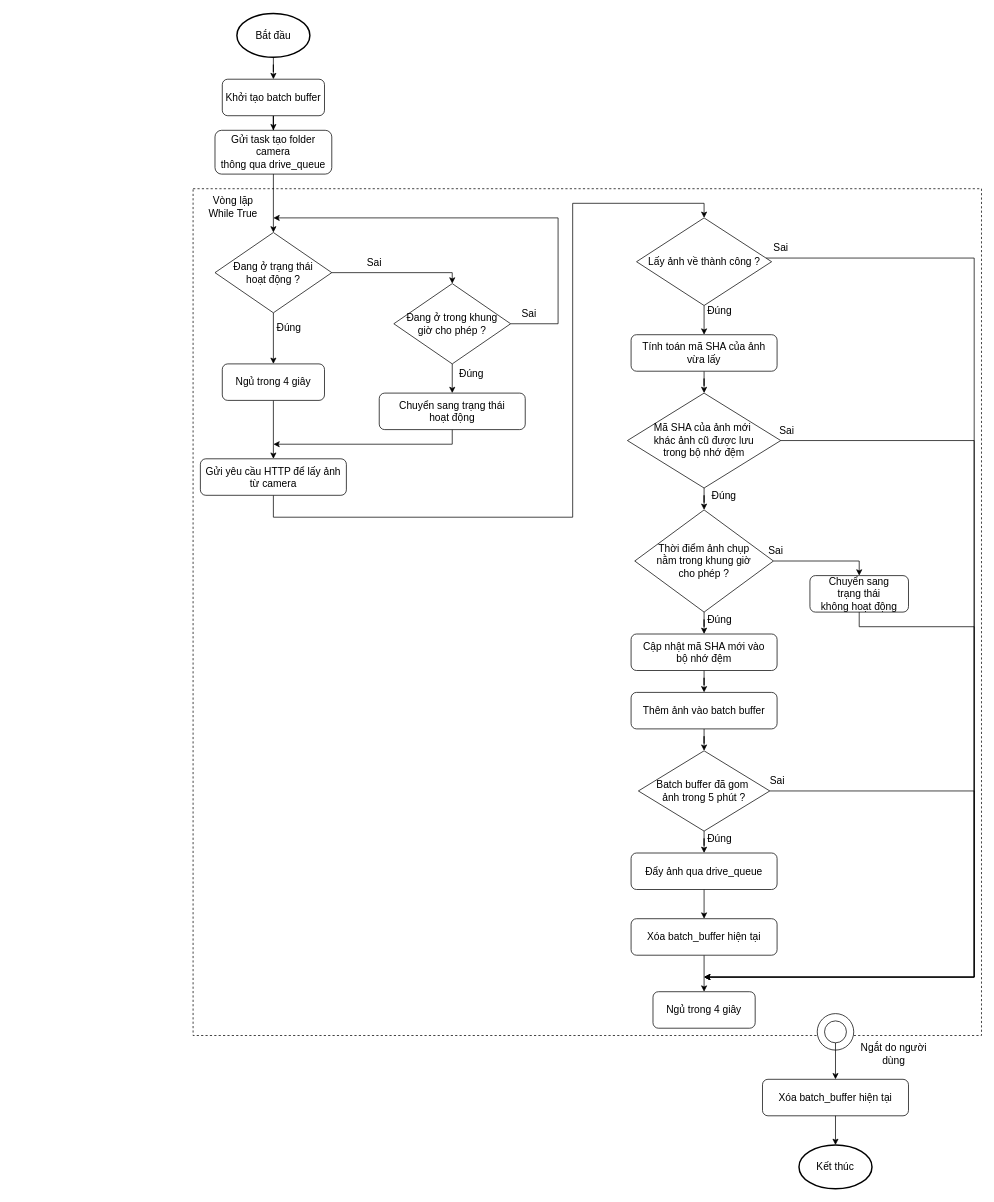
Above: fig/drawio/camera_threading.drawio in Denzaro/DATN_Thesis (draw.io), before the change. Source tidied: cells renumbered, new cells numbered last; positions are measured from the earlier drawing's top-left corner, leaving out a move shared by most shapes. Both pictures are drawn from the tidied source at 73%, with x=0, y=0 at pixel (193, 13).
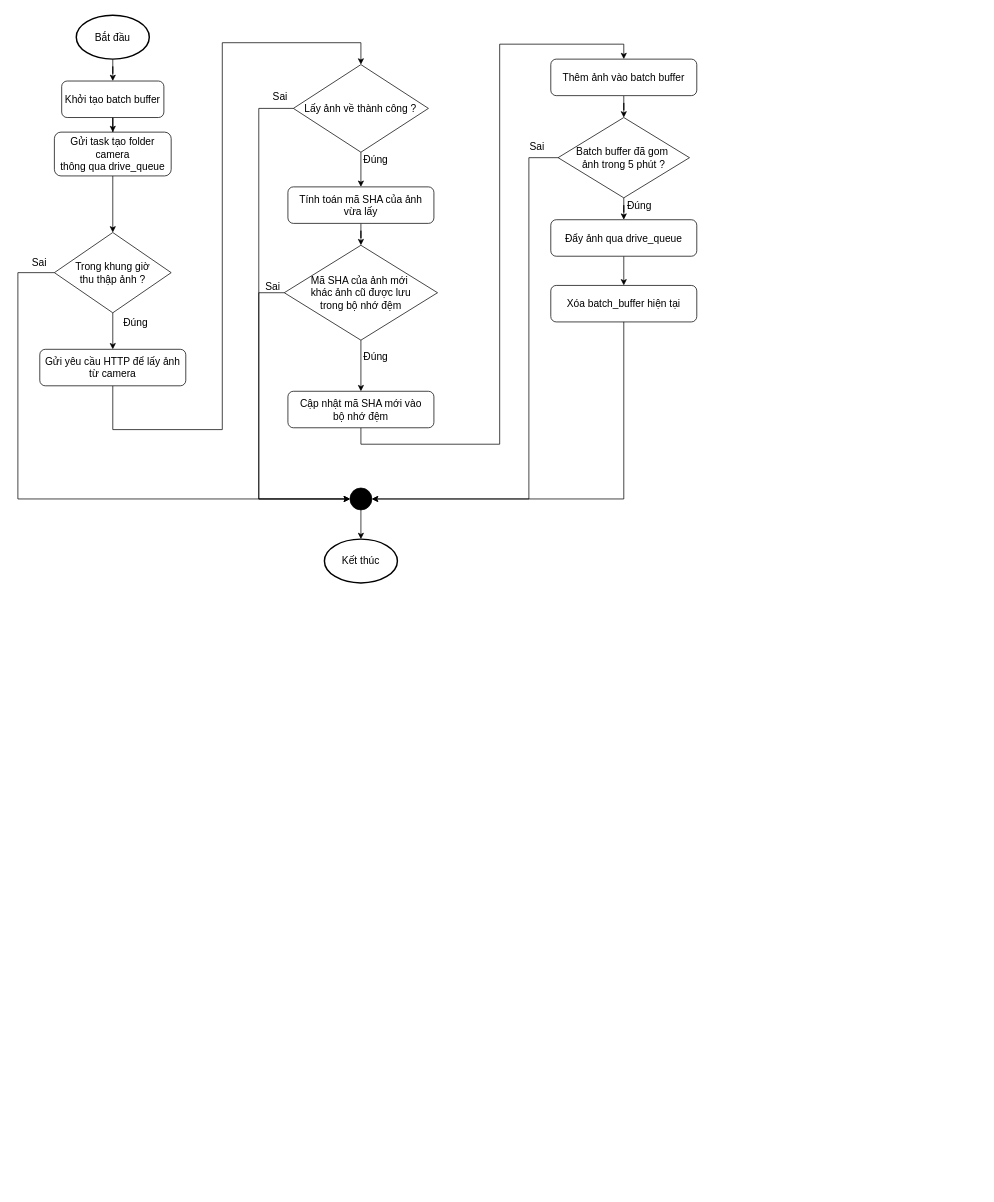
The same page after the edit.

Diff of the diagram source:
```diff
@@
-    <mxCell id="2" style="rounded=0;whiteSpace=wrap;html=1;dashed=1;" parent="1" vertex="1">
-      <mxGeometry y="240" width="1080" height="1160" as="geometry" />
-    </mxCell>
@@
     <mxCell id="4" value="Bắt đầu" style="strokeWidth=2;html=1;shape=mxgraph.flowchart.start_1;whiteSpace=wrap;fontSize=14;" parent="1" vertex="1">
-      <mxGeometry x="60" width="100" height="60" as="geometry" />
+      <mxGeometry x="-160" y="2.5" width="100" height="60" as="geometry" />
     </mxCell>
-    <mxCell id="5" style="edgeStyle=orthogonalEdgeStyle;rounded=0;jettySize=auto;html=1;entryX=0.5;entryY=0;entryDx=0;entryDy=0;spacingTop=0;" parent="1" edge="1" source="9" target="27">
-      <mxGeometry relative="1" as="geometry">
-        <Array as="points">
-          <mxPoint x="355" y="355" />
-        </Array>
-      </mxGeometry>
-    </mxCell>
-    <mxCell id="6" value="Sai" style="edgeLabel;html=1;align=center;verticalAlign=middle;fontSize=14;" parent="5" vertex="1">
-      <mxGeometry x="-0.21" y="3" relative="1" as="geometry">
-        <mxPoint x="-14" y="-12" as="offset" />
-      </mxGeometry>
-    </mxCell>
-    <mxCell id="7" style="edgeStyle=orthogonalEdgeStyle;rounded=0;jettySize=auto;html=1;" parent="1" edge="1" source="9" target="17">
-      <mxGeometry relative="1" as="geometry" />
-    </mxCell>
-    <mxCell id="8" value="Đúng" style="edgeLabel;html=1;align=center;verticalAlign=middle;fontSize=14;" parent="7" vertex="1">
-      <mxGeometry x="-0.28" y="2" relative="1" as="geometry">
-        <mxPoint x="18" y="-5" as="offset" />
-      </mxGeometry>
-    </mxCell>
-    <mxCell id="9" value="Đang ở trạng thái &lt;br&gt;hoạt động ?" style="rhombus;whiteSpace=wrap;html=1;fontSize=14;" parent="1" vertex="1">
-      <mxGeometry x="30" y="300" width="160" height="110" as="geometry" />
-    </mxCell>
-    <mxCell id="10" style="edgeStyle=orthogonalEdgeStyle;rounded=0;jettySize=auto;html=1;" parent="1" edge="1" source="11">
-      <mxGeometry relative="1" as="geometry">
-        <mxPoint x="110" y="590" as="targetPoint" />
-        <Array as="points">
-          <mxPoint x="355" y="590" />
-        </Array>
-      </mxGeometry>
-    </mxCell>
-    <mxCell id="11" value="Chuyển sang trạng thái &lt;br&gt;hoạt động" style="rounded=1;whiteSpace=wrap;html=1;fontSize=14;" parent="1" vertex="1">
-      <mxGeometry x="255" y="520" width="200" height="50" as="geometry" />
-    </mxCell>
-    <mxCell id="12" style="edgeStyle=orthogonalEdgeStyle;rounded=0;jettySize=auto;html=1;entryX=0.5;entryY=0;entryDx=0;entryDy=0;exitX=0.5;exitY=1;exitDx=0;exitDy=0;" parent="1" edge="1" source="27" target="11">
-      <mxGeometry relative="1" as="geometry" />
-    </mxCell>
-    <mxCell id="13" value="Đúng" style="edgeLabel;html=1;align=center;verticalAlign=middle;fontSize=14;" parent="12" vertex="1">
-      <mxGeometry x="-0.29" y="-1" relative="1" as="geometry">
-        <mxPoint x="26" y="-1" as="offset" />
-      </mxGeometry>
-    </mxCell>
-    <mxCell id="14" style="edgeStyle=orthogonalEdgeStyle;rounded=0;jettySize=auto;html=1;exitX=1;exitY=0.5;exitDx=0;exitDy=0;" parent="1" edge="1" source="27">
-      <mxGeometry relative="1" as="geometry">
-        <mxPoint x="110" y="280" as="targetPoint" />
-        <Array as="points">
-          <mxPoint x="500" y="425" />
-          <mxPoint x="500" y="280" />
-        </Array>
-      </mxGeometry>
-    </mxCell>
-    <mxCell id="15" value="Sai" style="edgeLabel;html=1;align=center;verticalAlign=middle;fontSize=14;" parent="14" vertex="1">
-      <mxGeometry x="-0.88" y="1" relative="1" as="geometry">
-        <mxPoint x="-12" y="-14" as="offset" />
-      </mxGeometry>
-    </mxCell>
-    <mxCell id="16" style="edgeStyle=orthogonalEdgeStyle;rounded=0;jettySize=auto;html=1;entryX=0.5;entryY=0;entryDx=0;entryDy=0;" parent="1" edge="1" source="17" target="19">
-      <mxGeometry relative="1" as="geometry" />
-    </mxCell>
-    <mxCell id="17" value="Ngủ trong 4 giây" style="rounded=1;whiteSpace=wrap;html=1;fontSize=14;" parent="1" vertex="1">
-      <mxGeometry x="40" y="480" width="140" height="50" as="geometry" />
-    </mxCell>
     <mxCell id="18" style="edgeStyle=orthogonalEdgeStyle;rounded=0;jettySize=auto;html=1;entryX=0.5;entryY=0;entryDx=0;entryDy=0;" parent="1" edge="1" source="19" target="57">
       <mxGeometry relative="1" as="geometry">
         <Array as="points">
-          <mxPoint x="110" y="690" />
-          <mxPoint x="520" y="690" />
-          <mxPoint x="520" y="260" />
-          <mxPoint x="700" y="260" />
+          <mxPoint x="-110" y="570" />
+          <mxPoint x="40" y="570" />
+          <mxPoint x="40" y="40" />
+          <mxPoint x="230" y="40" />
         </Array>
       </mxGeometry>
     </mxCell>
     <mxCell id="19" value="Gửi yêu cầu HTTP để lấy ảnh từ camera" style="rounded=1;whiteSpace=wrap;html=1;fontSize=14;" parent="1" vertex="1">
-      <mxGeometry x="10" y="610" width="200" height="50" as="geometry" />
+      <mxGeometry x="-210" y="460" width="200" height="50" as="geometry" />
     </mxCell>
@@
     <mxCell id="21" value="Tính toán mã SHA của ảnh &lt;br&gt;vừa lấy" style="rounded=1;whiteSpace=wrap;html=1;fontSize=14;" parent="1" vertex="1">
-      <mxGeometry x="600" y="440" width="200" height="50" as="geometry" />
+      <mxGeometry x="129.9" y="237.5" width="200" height="50" as="geometry" />
     </mxCell>
-    <mxCell id="22" style="edgeStyle=orthogonalEdgeStyle;rounded=0;jettySize=auto;html=1;entryX=0.5;entryY=0;entryDx=0;entryDy=0;" parent="1" edge="1" source="26" target="32">
+    <mxCell id="22" style="edgeStyle=orthogonalEdgeStyle;rounded=0;jettySize=auto;html=1;entryX=0.5;entryY=0;entryDx=0;entryDy=0;" parent="1" edge="1" source="26" target="36">
       <mxGeometry relative="1" as="geometry" />
     </mxCell>
@@
-    <mxCell id="24" style="edgeStyle=orthogonalEdgeStyle;rounded=0;jettySize=auto;html=1;" parent="1" edge="1" source="26">
-      <mxGeometry relative="1" as="geometry">
-        <mxPoint x="700" y="1320" as="targetPoint" />
-        <Array as="points">
-          <mxPoint x="1070" y="585" />
-          <mxPoint x="1070" y="1320" />
-        </Array>
-      </mxGeometry>
-    </mxCell>
-    <mxCell id="25" value="Sai" style="edgeLabel;html=1;align=center;verticalAlign=middle;fontSize=14;" parent="24" vertex="1">
-      <mxGeometry x="-0.93" y="1" relative="1" as="geometry">
-        <mxPoint x="-41" y="-14" as="offset" />
-      </mxGeometry>
-    </mxCell>
     <mxCell id="26" value="Mã SHA của ảnh mới&amp;nbsp;&lt;div&gt;khác ảnh cũ được lưu&lt;br&gt;trong bộ nhớ đệm&lt;/div&gt;" style="rhombus;whiteSpace=wrap;html=1;fontSize=14;" parent="1" vertex="1">
-      <mxGeometry x="595" y="520" width="210" height="130" as="geometry" />
+      <mxGeometry x="124.9" y="317.5" width="210" height="130" as="geometry" />
     </mxCell>
+    <mxCell id="66" style="edgeStyle=orthogonalEdgeStyle;rounded=0;jettySize=auto;html=1;entryX=0.5;entryY=0;entryDx=0;entryDy=0;" parent="1" edge="1" source="27" target="19">
+      <mxGeometry relative="1" as="geometry" />
+    </mxCell>
-    <mxCell id="27" value="Đang ở trong khung&lt;br&gt;giờ cho phép ?" style="rhombus;whiteSpace=wrap;html=1;fontSize=14;" parent="1" vertex="1">
-      <mxGeometry x="275" y="370" width="160" height="110" as="geometry" />
+    <mxCell id="27" value="Trong khung giờ &lt;br&gt;thu thập ảnh ?" style="rhombus;whiteSpace=wrap;html=1;fontSize=14;" parent="1" vertex="1">
+      <mxGeometry x="-190" y="300" width="160" height="110" as="geometry" />
     </mxCell>
-    <mxCell id="28" style="edgeStyle=orthogonalEdgeStyle;rounded=0;jettySize=auto;html=1;entryX=0.5;entryY=0;entryDx=0;entryDy=0;" parent="1" edge="1" source="32" target="34">
-      <mxGeometry relative="1" as="geometry" />
-    </mxCell>
-    <mxCell id="29" value="Sai" style="edgeLabel;html=1;align=center;verticalAlign=middle;fontSize=14;" parent="28" vertex="1">
-      <mxGeometry x="-0.18" y="-2" relative="1" as="geometry">
-        <mxPoint x="-54" y="-17" as="offset" />
-      </mxGeometry>
-    </mxCell>
-    <mxCell id="30" style="edgeStyle=orthogonalEdgeStyle;rounded=0;jettySize=auto;html=1;entryX=0.5;entryY=0;entryDx=0;entryDy=0;" parent="1" edge="1" source="32" target="36">
-      <mxGeometry relative="1" as="geometry" />
-    </mxCell>
-    <mxCell id="31" value="Đúng" style="edgeLabel;html=1;align=center;verticalAlign=middle;fontSize=14;" parent="30" vertex="1">
-      <mxGeometry x="-0.29" y="-1" relative="1" as="geometry">
-        <mxPoint x="21" y="-9" as="offset" />
-      </mxGeometry>
-    </mxCell>
-    <mxCell id="32" value="Thời điểm ảnh chụp&lt;br&gt;nằm trong khung giờ&lt;br&gt;cho phép ?" style="rhombus;whiteSpace=wrap;html=1;fontSize=14;" parent="1" vertex="1">
-      <mxGeometry x="605" y="680" width="190" height="140" as="geometry" />
-    </mxCell>
-    <mxCell id="33" style="edgeStyle=orthogonalEdgeStyle;rounded=0;jettySize=auto;html=1;" parent="1" edge="1" source="34">
-      <mxGeometry relative="1" as="geometry">
-        <mxPoint x="700" y="1320" as="targetPoint" />
-        <Array as="points">
-          <mxPoint x="912" y="840" />
-          <mxPoint x="1070" y="840" />
-          <mxPoint x="1070" y="1320" />
-        </Array>
-      </mxGeometry>
-    </mxCell>
-    <mxCell id="34" value="Chuyển sang &lt;br&gt;trạng thái &lt;br&gt;không hoạt động" style="rounded=1;whiteSpace=wrap;html=1;fontSize=14;" parent="1" vertex="1">
-      <mxGeometry x="845" y="770" width="135" height="50" as="geometry" />
-    </mxCell>
     <mxCell id="35" style="edgeStyle=orthogonalEdgeStyle;rounded=0;jettySize=auto;html=1;entryX=0.5;entryY=0;entryDx=0;entryDy=0;" parent="1" edge="1" source="36" target="38">
-      <mxGeometry relative="1" as="geometry" />
+      <mxGeometry relative="1" as="geometry">
+        <Array as="points">
+          <mxPoint x="230" y="590" />
+          <mxPoint x="420" y="590" />
+          <mxPoint x="420" y="42" />
+          <mxPoint x="590" y="42" />
+        </Array>
+      </mxGeometry>
     </mxCell>
     <mxCell id="36" value="Cập nhật mã SHA mới vào &lt;br&gt;bộ nhớ đệm" style="rounded=1;whiteSpace=wrap;html=1;fontSize=14;" parent="1" vertex="1">
-      <mxGeometry x="600" y="850" width="200" height="50" as="geometry" />
+      <mxGeometry x="129.9" y="517.5" width="200" height="50" as="geometry" />
     </mxCell>
@@
     <mxCell id="38" value="Thêm ảnh vào batch buffer" style="rounded=1;whiteSpace=wrap;html=1;fontSize=14;" parent="1" vertex="1">
-      <mxGeometry x="600" y="930" width="200" height="50" as="geometry" />
+      <mxGeometry x="490" y="62.5" width="200" height="50" as="geometry" />
     </mxCell>
@@
     <mxCell id="40" value="Khởi tạo batch buffer" style="rounded=1;whiteSpace=wrap;html=1;fontSize=14;" parent="1" vertex="1">
-      <mxGeometry x="40" y="90" width="140" height="50" as="geometry" />
+      <mxGeometry x="-180" y="92.5" width="140" height="50" as="geometry" />
     </mxCell>
-    <mxCell id="41" style="edgeStyle=orthogonalEdgeStyle;rounded=0;jettySize=auto;html=1;" parent="1" edge="1" source="42" target="43">
-      <mxGeometry relative="1" as="geometry" />
-    </mxCell>
     <mxCell id="42" value="Xóa batch_buffer hiện tại" style="rounded=1;whiteSpace=wrap;html=1;fontSize=14;" parent="1" vertex="1">
-      <mxGeometry x="600" y="1240" width="200" height="50" as="geometry" />
+      <mxGeometry x="490" y="372.5" width="200" height="50" as="geometry" />
     </mxCell>
-    <mxCell id="43" value="Ngủ trong 4 giây" style="rounded=1;whiteSpace=wrap;html=1;fontSize=14;" parent="1" vertex="1">
-      <mxGeometry x="630" y="1340" width="140" height="50" as="geometry" />
-    </mxCell>
-    <mxCell id="44" style="verticalLabelPosition=bottom;verticalAlign=top;html=1;shape=mxgraph.flowchart.on-page_reference;" parent="1" vertex="1">
-      <mxGeometry x="855" y="1370" width="50" height="50" as="geometry" />
-    </mxCell>
-    <mxCell id="45" style="edgeStyle=orthogonalEdgeStyle;rounded=0;jettySize=auto;html=1;entryX=0.5;entryY=0;entryDx=0;entryDy=0;" parent="1" edge="1" source="46" target="48">
-      <mxGeometry relative="1" as="geometry" />
-    </mxCell>
-    <mxCell id="46" style="verticalLabelPosition=bottom;verticalAlign=top;html=1;shape=mxgraph.flowchart.on-page_reference;" parent="1" vertex="1">
-      <mxGeometry x="865" y="1380" width="30" height="30" as="geometry" />
-    </mxCell>
-    <mxCell id="47" value="Ngắt do người dùng" style="text;html=1;whiteSpace=wrap;strokeColor=none;fillColor=none;align=center;verticalAlign=middle;rounded=0;fontSize=14;" parent="1" vertex="1">
-      <mxGeometry x="905" y="1410" width="110" height="30" as="geometry" />
-    </mxCell>
-    <mxCell id="48" value="Xóa batch_buffer hiện tại" style="rounded=1;whiteSpace=wrap;html=1;fontSize=14;" parent="1" vertex="1">
-      <mxGeometry x="780" y="1460" width="200" height="50" as="geometry" />
-    </mxCell>
-    <mxCell id="49" value="Kết thúc" style="strokeWidth=2;html=1;shape=mxgraph.flowchart.start_1;whiteSpace=wrap;fontSize=14;" parent="1" vertex="1">
-      <mxGeometry x="830" y="1550" width="100" height="60" as="geometry" />
-    </mxCell>
-    <mxCell id="50" style="edgeStyle=orthogonalEdgeStyle;rounded=0;jettySize=auto;html=1;entryX=0.5;entryY=0;entryDx=0;entryDy=0;entryPerimeter=0;" parent="1" edge="1" source="48" target="49">
-      <mxGeometry relative="1" as="geometry" />
-    </mxCell>
-    <mxCell id="51" style="edgeStyle=orthogonalEdgeStyle;rounded=0;jettySize=auto;html=1;entryX=0.5;entryY=0;entryDx=0;entryDy=0;" parent="1" edge="1" source="52" target="9">
-      <mxGeometry relative="1" as="geometry" />
-    </mxCell>
+    <mxCell id="67" style="edgeStyle=orthogonalEdgeStyle;rounded=0;jettySize=auto;html=1;entryX=0.5;entryY=0;entryDx=0;entryDy=0;" parent="1" edge="1" source="52" target="27">
+      <mxGeometry relative="1" as="geometry" />
+    </mxCell>
     <mxCell id="52" value="Gửi task tạo folder camera&lt;br&gt;thông qua drive_queue" style="rounded=1;whiteSpace=wrap;html=1;fontSize=14;" parent="1" vertex="1">
-      <mxGeometry x="30" y="160" width="160" height="60" as="geometry" />
+      <mxGeometry x="-190" y="162.5" width="160" height="60" as="geometry" />
     </mxCell>
@@
-    <mxCell id="55" style="edgeStyle=orthogonalEdgeStyle;rounded=0;jettySize=auto;html=1;" parent="1" edge="1" source="57">
-      <mxGeometry relative="1" as="geometry">
-        <mxPoint x="700" y="1320" as="targetPoint" />
-        <Array as="points">
-          <mxPoint x="1070" y="335" />
-          <mxPoint x="1070" y="1320" />
-        </Array>
-      </mxGeometry>
-    </mxCell>
-    <mxCell id="56" value="Sai" style="edgeLabel;html=1;align=center;verticalAlign=middle;fontSize=14;" parent="55" vertex="1">
-      <mxGeometry x="-0.94" y="1" relative="1" as="geometry">
-        <mxPoint x="-29" y="-14" as="offset" />
-      </mxGeometry>
-    </mxCell>
     <mxCell id="57" value="Lấy ảnh về thành công ?" style="rhombus;whiteSpace=wrap;html=1;fontSize=14;" parent="1" vertex="1">
-      <mxGeometry x="607.5" y="280" width="185" height="120" as="geometry" />
+      <mxGeometry x="137.4" y="70" width="185" height="120" as="geometry" />
     </mxCell>
@@
-    <mxCell id="60" style="edgeStyle=orthogonalEdgeStyle;rounded=0;jettySize=auto;html=1;exitX=1;exitY=0.5;exitDx=0;exitDy=0;" parent="1" edge="1" source="62">
-      <mxGeometry relative="1" as="geometry">
-        <mxPoint x="700" y="1320" as="targetPoint" />
-        <Array as="points">
-          <mxPoint x="1070" y="1065" />
-          <mxPoint x="1070" y="1320" />
-        </Array>
-      </mxGeometry>
-    </mxCell>
-    <mxCell id="61" value="Sai" style="edgeLabel;html=1;align=center;verticalAlign=middle;fontSize=14;" parent="60" vertex="1">
-      <mxGeometry x="-0.89" y="1" relative="1" as="geometry">
-        <mxPoint x="-41" y="-14" as="offset" />
-      </mxGeometry>
-    </mxCell>
     <mxCell id="62" value="Batch buffer đã gom&amp;nbsp;&lt;br&gt;ảnh trong 5 phút ?" style="rhombus;whiteSpace=wrap;html=1;fontSize=14;" parent="1" vertex="1">
-      <mxGeometry x="610" y="1010" width="180" height="110" as="geometry" />
+      <mxGeometry x="500" y="142.5" width="180" height="110" as="geometry" />
     </mxCell>
@@
     <mxCell id="64" value="Đẩy ảnh qua drive_queue" style="rounded=1;whiteSpace=wrap;html=1;fontSize=14;" parent="1" vertex="1">
-      <mxGeometry x="600" y="1150" width="200" height="50" as="geometry" />
+      <mxGeometry x="490" y="282.5" width="200" height="50" as="geometry" />
     </mxCell>
-    <mxCell id="65" value="&lt;font&gt;Vòng lặp While True&lt;/font&gt;" style="text;html=1;whiteSpace=wrap;strokeColor=none;fillColor=none;align=center;verticalAlign=middle;rounded=0;fontSize=14;" parent="1" vertex="1">
-      <mxGeometry x="10" y="250" width="90" height="30" as="geometry" />
-    </mxCell>
+    <mxCell id="68" value="Đúng" style="edgeLabel;html=1;align=center;verticalAlign=middle;fontSize=14;" parent="1" vertex="1">
+      <mxGeometry x="-80" y="422.5" as="geometry" />
+    </mxCell>
+    <mxCell id="69" value="Sai" style="edgeLabel;html=1;align=center;verticalAlign=middle;fontSize=14;" parent="1" vertex="1">
+      <mxGeometry x="110" y="372.5" as="geometry">
+        <mxPoint x="-2" y="1" as="offset" />
+      </mxGeometry>
+    </mxCell>
+    <mxCell id="70" value="Sai" style="edgeLabel;html=1;align=center;verticalAlign=middle;fontSize=14;" parent="1" vertex="1">
+      <mxGeometry x="120" y="112.5" as="geometry">
+        <mxPoint x="-2" y="1" as="offset" />
+      </mxGeometry>
+    </mxCell>
+    <mxCell id="71" value="Sai" style="edgeLabel;html=1;align=center;verticalAlign=middle;fontSize=14;" parent="1" vertex="1">
+      <mxGeometry x="472" y="180" as="geometry">
+        <mxPoint x="-2" y="1" as="offset" />
+      </mxGeometry>
+    </mxCell>
+    <mxCell id="72" value="Sai" style="edgeLabel;html=1;align=center;verticalAlign=middle;fontSize=14;" parent="1" vertex="1">
+      <mxGeometry x="-210" y="340" as="geometry">
+        <mxPoint x="-2" y="1" as="offset" />
+      </mxGeometry>
+    </mxCell>
+    <mxCell id="49" value="Kết thúc" style="strokeWidth=2;html=1;shape=mxgraph.flowchart.start_1;whiteSpace=wrap;fontSize=14;" parent="1" vertex="1">
+      <mxGeometry x="179.9" y="720" width="100" height="60" as="geometry" />
+    </mxCell>
+    <mxCell id="73" style="verticalLabelPosition=bottom;verticalAlign=top;html=1;shape=mxgraph.flowchart.on-page_reference;fillColor=light-dark(#000000,#FFFFFF);" parent="1" vertex="1">
+      <mxGeometry x="214.9" y="650" width="30" height="30" as="geometry" />
+    </mxCell>
+    <mxCell id="74" style="edgeStyle=orthogonalEdgeStyle;rounded=0;jettySize=auto;html=1;entryX=0;entryY=0.5;entryDx=0;entryDy=0;entryPerimeter=0;" parent="1" edge="1" source="27" target="73">
+      <mxGeometry relative="1" as="geometry">
+        <Array as="points">
+          <mxPoint x="-240" y="355" />
+          <mxPoint x="-240" y="665" />
+        </Array>
+      </mxGeometry>
+    </mxCell>
+    <mxCell id="75" style="edgeStyle=orthogonalEdgeStyle;rounded=0;jettySize=auto;html=1;entryX=0;entryY=0.5;entryDx=0;entryDy=0;entryPerimeter=0;" parent="1" edge="1" source="26" target="73">
+      <mxGeometry relative="1" as="geometry">
+        <Array as="points">
+          <mxPoint x="90" y="383" />
+          <mxPoint x="90" y="665" />
+        </Array>
+      </mxGeometry>
+    </mxCell>
+    <mxCell id="76" style="edgeStyle=orthogonalEdgeStyle;rounded=0;jettySize=auto;html=1;entryX=1;entryY=0.5;entryDx=0;entryDy=0;entryPerimeter=0;" parent="1" edge="1" source="62" target="73">
+      <mxGeometry relative="1" as="geometry">
+        <Array as="points">
+          <mxPoint x="460" y="197" />
+          <mxPoint x="460" y="665" />
+        </Array>
+      </mxGeometry>
+    </mxCell>
+    <mxCell id="77" style="edgeStyle=orthogonalEdgeStyle;rounded=0;jettySize=auto;html=1;entryX=1;entryY=0.5;entryDx=0;entryDy=0;entryPerimeter=0;" parent="1" edge="1" source="42" target="73">
+      <mxGeometry relative="1" as="geometry">
+        <Array as="points">
+          <mxPoint x="590" y="665" />
+        </Array>
+      </mxGeometry>
+    </mxCell>
+    <mxCell id="78" style="edgeStyle=orthogonalEdgeStyle;rounded=0;jettySize=auto;html=1;entryX=0;entryY=0.5;entryDx=0;entryDy=0;entryPerimeter=0;" parent="1" edge="1" source="57" target="73">
+      <mxGeometry relative="1" as="geometry">
+        <Array as="points">
+          <mxPoint x="90" y="130" />
+          <mxPoint x="90" y="665" />
+        </Array>
+      </mxGeometry>
+    </mxCell>
+    <mxCell id="79" style="edgeStyle=orthogonalEdgeStyle;rounded=0;orthogonalLoop=1;jettySize=auto;html=1;exitX=0.145;exitY=0.145;exitDx=0;exitDy=0;exitPerimeter=0;entryX=0.5;entryY=0;entryDx=0;entryDy=0;entryPerimeter=0;" parent="1" edge="1" source="73" target="73">
+      <mxGeometry relative="1" as="geometry" />
+    </mxCell>
+    <mxCell id="80" style="edgeStyle=orthogonalEdgeStyle;rounded=0;jettySize=auto;html=1;entryX=0.5;entryY=0;entryDx=0;entryDy=0;entryPerimeter=0;" parent="1" edge="1" source="73" target="49">
+      <mxGeometry relative="1" as="geometry" />
+    </mxCell>
```
